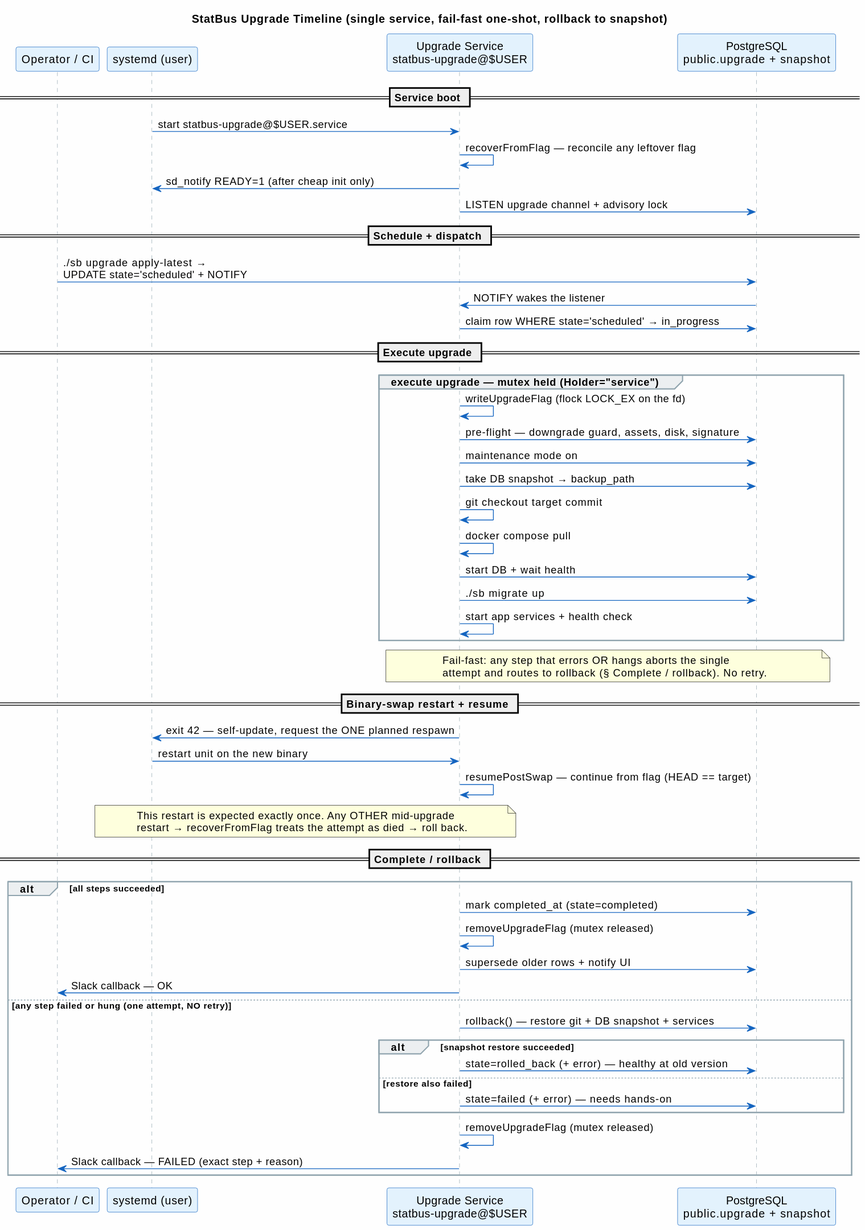
Earlier version of the PlantUML export doc/diagrams/upgrade-timeline.svg (statisticsnorway/statbus).
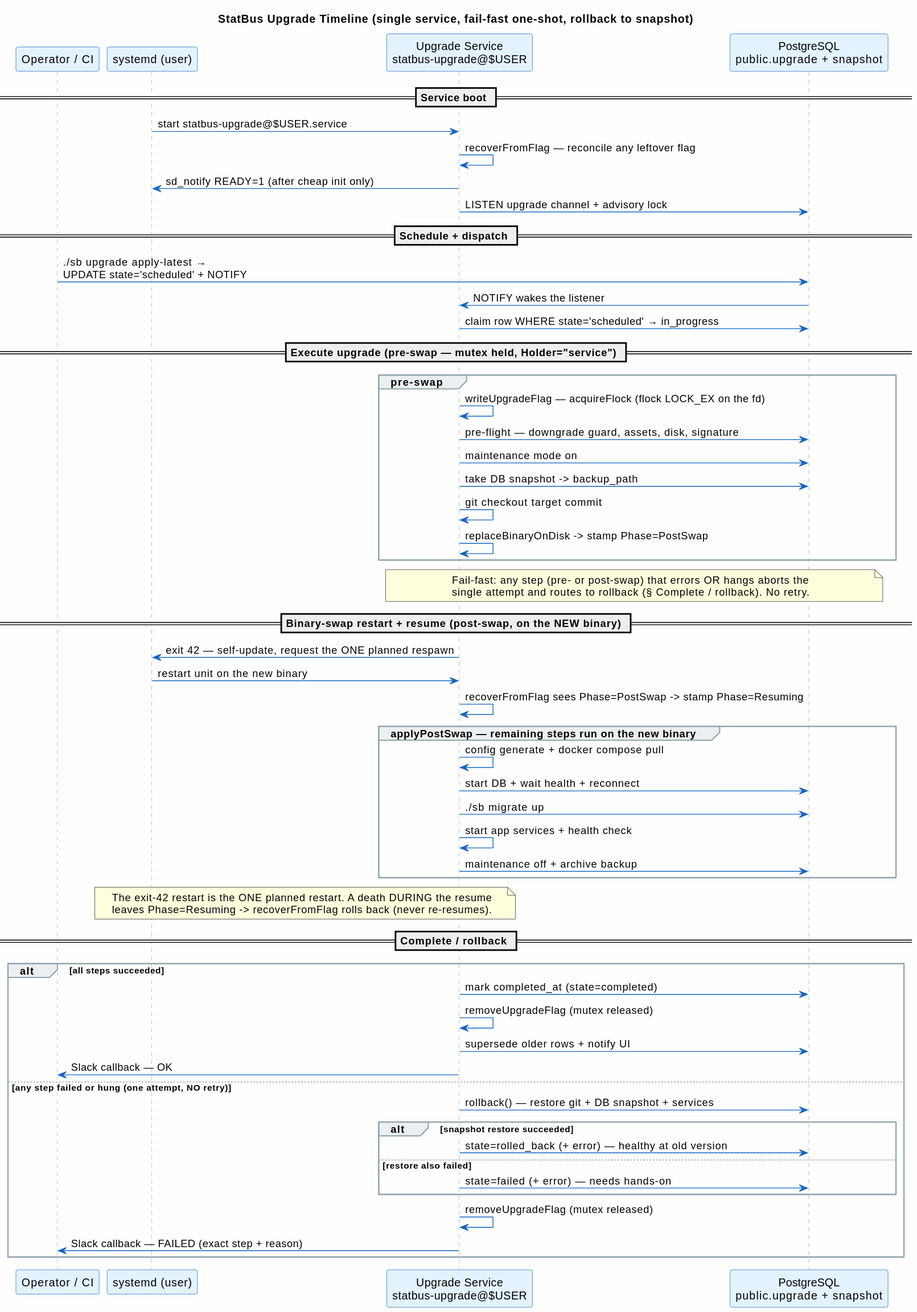
The same diagram one commit later.

Commit message:
doc: correct the sequence diagram to applyPostSwap's pre/post-swap split

Change to the diagram source:
```diff
@@ -27,30 +27,34 @@
 db -> service : NOTIFY wakes the listener
 service -> db : claim row WHERE state='scheduled' → in_progress
 
-== Execute upgrade ==
-group execute upgrade — mutex held (Holder="service")
-    service -> service : writeUpgradeFlag (flock LOCK_EX on the fd)
+== Execute upgrade (pre-swap — mutex held, Holder="service") ==
+group pre-swap
+    service -> service : writeUpgradeFlag — acquireFlock (flock LOCK_EX on the fd)
     service -> db : pre-flight — downgrade guard, assets, disk, signature
     service -> db : maintenance mode on
-    service -> db : take DB snapshot → backup_path
+    service -> db : take DB snapshot -> backup_path
     service -> service : git checkout target commit
-    service -> service : docker compose pull
-    service -> db : start DB + wait health
+    service -> service : replaceBinaryOnDisk -> stamp Phase=PostSwap
+end
+note over service, db
+  Fail-fast: any step (pre- or post-swap) that errors OR hangs aborts the
+  single attempt and routes to rollback (§ Complete / rollback). No retry.
+end note
+
+== Binary-swap restart + resume (post-swap, on the NEW binary) ==
+service -> systemd : exit 42 — self-update, request the ONE planned respawn
+systemd -> service : restart unit on the new binary
+service -> service : recoverFromFlag sees Phase=PostSwap -> stamp Phase=Resuming
+group applyPostSwap — remaining steps run on the new binary
+    service -> service : config generate + docker compose pull
+    service -> db : start DB + wait health + reconnect
     service -> db : ./sb migrate up
     service -> service : start app services + health check
+    service -> db : maintenance off + archive backup
 end
-note over service, db
-  Fail-fast: any step that errors OR hangs aborts the single
-  attempt and routes to rollback (§ Complete / rollback). No retry.
-end note
-
-== Binary-swap restart + resume ==
-service -> systemd : exit 42 — self-update, request the ONE planned respawn
-systemd -> service : restart unit on the new binary
-service -> service : resumePostSwap — continue from flag (HEAD == target)
 note over systemd, service
-  This restart is expected exactly once. Any OTHER mid-upgrade
-  restart → recoverFromFlag treats the attempt as died → roll back.
+  The exit-42 restart is the ONE planned restart. A death DURING the resume
+  leaves Phase=Resuming -> recoverFromFlag rolls back (never re-resumes).
 end note
 
 == Complete / rollback ==
```
